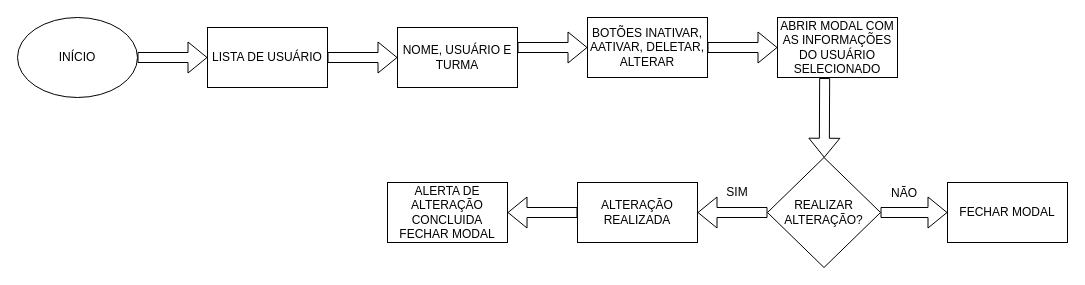
This is fluxogramas/listar_e_alterar_usuarios.drawio from asghensel/projetoCadastro, a draw.io file, before an edit. Source tidied: cells renumbered, new cells numbered last; positions are measured from the earlier drawing's top-left corner, leaving out a move shared by most shapes. Both pictures are drawn from the tidied source at 100%, with x=0, y=0 at pixel (17, 17).
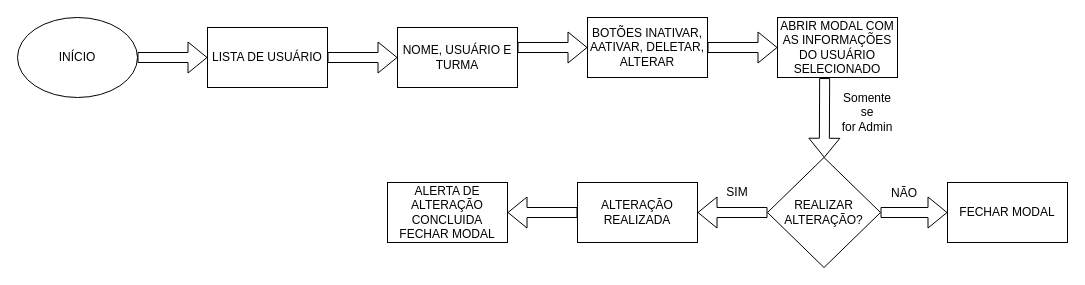
The same page after the edit.

Change to the diagram source:
```diff
@@
+    <mxCell id="21" value="Somente se&lt;div&gt;for Admin&lt;/div&gt;" style="text;strokeColor=none;align=center;fillColor=none;html=1;verticalAlign=middle;whiteSpace=wrap;rounded=0;" parent="1" vertex="1">
+      <mxGeometry x="820" y="80" width="60" height="30" as="geometry" />
+    </mxCell>
```
